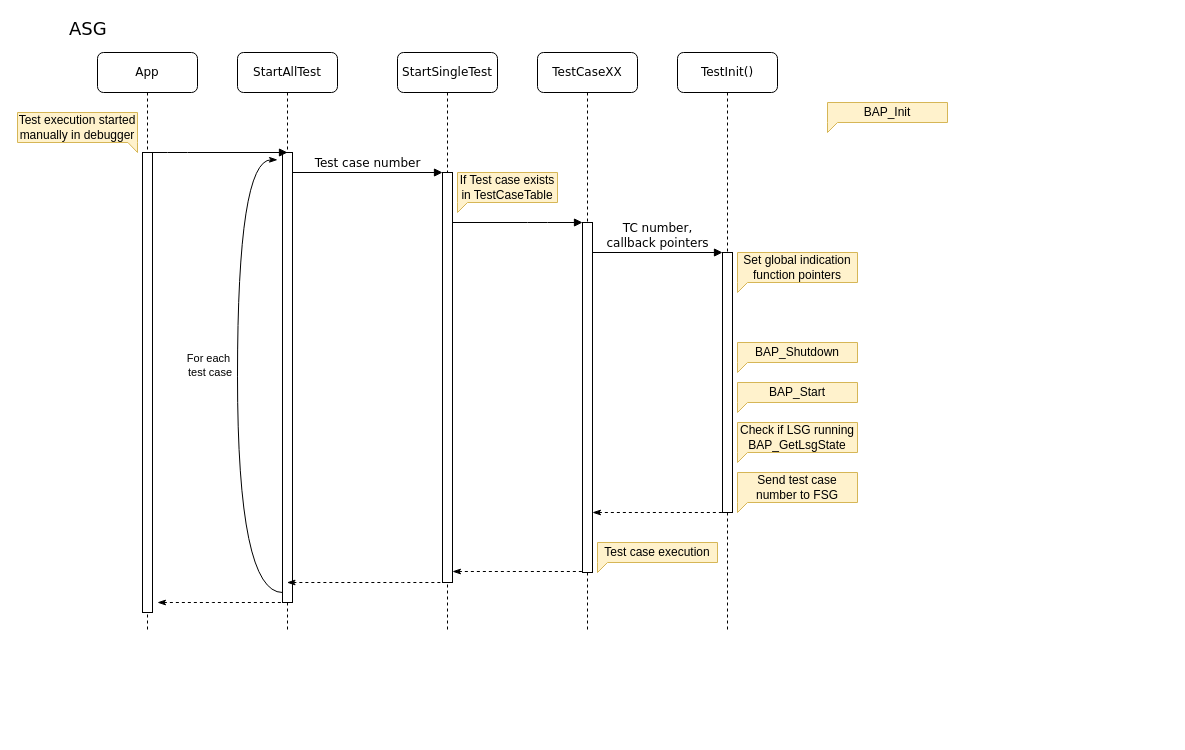
This is ticket204NewASG.drawio from danielroehrborn/flow-design-cheatsheet, a draw.io file, before an edit. Source tidied: cells renumbered, new cells numbered last; positions are measured from the earlier drawing's top-left corner, leaving out a move shared by most shapes. Both pictures are drawn from the tidied source at 100%, with x=0, y=0 at pixel (17, 17).
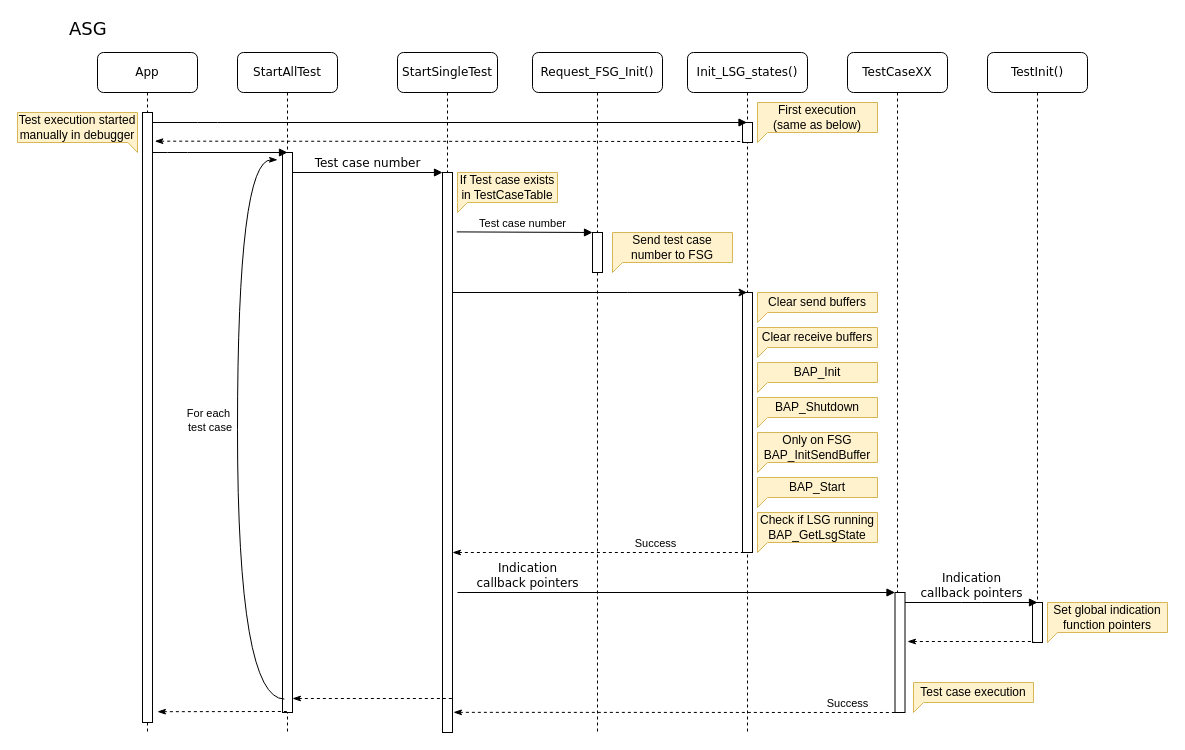
Above is the later version.

Diff of the diagram source:
```diff
@@
     <mxCell id="2" value="StartAllTest" style="shape=umlLifeline;perimeter=lifelinePerimeter;whiteSpace=wrap;html=1;outlineConnect=0;rounded=1;shadow=0;comic=0;labelBackgroundColor=none;strokeWidth=1;fontFamily=Verdana;fontSize=12;align=center;" parent="1" vertex="1">
-      <mxGeometry x="220" y="35" width="100" height="580" as="geometry" />
+      <mxGeometry x="220" y="35" width="100" height="680" as="geometry" />
     </mxCell>
     <mxCell id="3" style="html=1;points=[];perimeter=orthogonalPerimeter;rounded=0;shadow=0;comic=0;labelBackgroundColor=none;strokeWidth=1;fontFamily=Verdana;fontSize=12;align=center;" parent="2" vertex="1">
-      <mxGeometry x="45" y="100" width="10" height="450" as="geometry" />
+      <mxGeometry x="45" y="100" width="10" height="560" as="geometry" />
     </mxCell>
@@
     <mxCell id="5" value="StartSingleTest" style="shape=umlLifeline;perimeter=lifelinePerimeter;whiteSpace=wrap;html=1;rounded=1;shadow=0;comic=0;labelBackgroundColor=none;strokeWidth=1;fontFamily=Verdana;fontSize=12;align=center;" parent="1" vertex="1">
-      <mxGeometry x="380" y="35" width="100" height="580" as="geometry" />
+      <mxGeometry x="380" y="35" width="100" height="680" as="geometry" />
     </mxCell>
     <mxCell id="6" style="html=1;points=[];perimeter=orthogonalPerimeter;rounded=0;shadow=0;comic=0;labelBackgroundColor=none;strokeWidth=1;fontFamily=Verdana;fontSize=12;align=center;" parent="5" vertex="1">
-      <mxGeometry x="45" y="120" width="10" height="410" as="geometry" />
+      <mxGeometry x="45" y="120" width="10" height="560" as="geometry" />
     </mxCell>
-    <mxCell id="7" value="TestCaseXX" style="shape=umlLifeline;perimeter=lifelinePerimeter;whiteSpace=wrap;html=1;rounded=1;shadow=0;comic=0;labelBackgroundColor=none;strokeWidth=1;fontFamily=Verdana;fontSize=12;align=center;" parent="1" vertex="1">
-      <mxGeometry x="520" y="35" width="100" height="580" as="geometry" />
+    <mxCell id="7" value="TestCaseXX" style="shape=umlLifeline;perimeter=lifelinePerimeter;whiteSpace=wrap;html=1;rounded=1;shadow=0;comic=0;labelBackgroundColor=none;strokeWidth=1;fontFamily=Verdana;fontSize=12;align=center;size=40;" parent="1" vertex="1">
+      <mxGeometry x="830" y="35" width="100" height="580" as="geometry" />
     </mxCell>
-    <mxCell id="8" value="TestInit()" style="shape=umlLifeline;perimeter=lifelinePerimeter;whiteSpace=wrap;html=1;outlineConnect=0;rounded=1;shadow=0;comic=0;labelBackgroundColor=none;strokeWidth=1;fontFamily=Verdana;fontSize=12;align=center;" parent="1" vertex="1">
-      <mxGeometry x="660" y="35" width="100" height="580" as="geometry" />
+    <mxCell id="8" value="Init_LSG_states()" style="shape=umlLifeline;perimeter=lifelinePerimeter;whiteSpace=wrap;html=1;outlineConnect=0;rounded=1;shadow=0;comic=0;labelBackgroundColor=none;strokeWidth=1;fontFamily=Verdana;fontSize=12;align=center;" parent="1" vertex="1">
+      <mxGeometry x="670" y="35" width="120" height="680" as="geometry" />
     </mxCell>
+    <mxCell id="33" style="html=1;perimeter=orthogonalPerimeter;rounded=0;shadow=0;comic=0;labelBackgroundColor=none;strokeWidth=1;fontFamily=Verdana;fontSize=12;align=center;" parent="8" vertex="1">
+      <mxGeometry x="55" y="240" width="10" height="260" as="geometry" />
+    </mxCell>
+    <mxCell id="34" style="html=1;points=[];perimeter=orthogonalPerimeter;rounded=0;shadow=0;comic=0;labelBackgroundColor=none;strokeWidth=1;fontFamily=Verdana;fontSize=12;align=center;" parent="8" vertex="1">
+      <mxGeometry x="55" y="70" width="10" height="20" as="geometry" />
+    </mxCell>
     <mxCell id="9" value="App" style="shape=umlLifeline;perimeter=lifelinePerimeter;whiteSpace=wrap;html=1;rounded=1;shadow=0;comic=0;labelBackgroundColor=none;strokeWidth=1;fontFamily=Verdana;fontSize=12;align=center;" parent="1" vertex="1">
-      <mxGeometry x="80" y="35" width="100" height="580" as="geometry" />
+      <mxGeometry x="80" y="35" width="100" height="680" as="geometry" />
     </mxCell>
     <mxCell id="10" style="html=1;points=[];perimeter=orthogonalPerimeter;rounded=0;shadow=0;comic=0;labelBackgroundColor=none;strokeWidth=1;fontFamily=Verdana;fontSize=12;align=center;" parent="9" vertex="1">
-      <mxGeometry x="45" y="100" width="10" height="460" as="geometry" />
+      <mxGeometry x="45" y="60" width="10" height="610" as="geometry" />
     </mxCell>
-    <mxCell id="11" style="html=1;points=[];perimeter=orthogonalPerimeter;rounded=0;shadow=0;comic=0;labelBackgroundColor=none;strokeWidth=1;fontFamily=Verdana;fontSize=12;align=center;" parent="1" vertex="1">
-      <mxGeometry x="565" y="205" width="10" height="350" as="geometry" />
-    </mxCell>
-    <mxCell id="12" style="html=1;verticalAlign=bottom;endArrow=block;labelBackgroundColor=none;fontFamily=Verdana;fontSize=12;edgeStyle=elbowEdgeStyle;elbow=vertical;" parent="1" edge="1" source="6" target="11">
-      <mxGeometry relative="1" as="geometry">
-        <Array as="points">
-          <mxPoint x="520" y="205" />
-          <mxPoint x="520" y="215" />
-          <mxPoint x="500" y="225" />
-          <mxPoint x="440" y="175" />
-        </Array>
-      </mxGeometry>
-    </mxCell>
     <mxCell id="13" style="html=1;points=[];perimeter=orthogonalPerimeter;rounded=0;shadow=0;comic=0;labelBackgroundColor=none;strokeWidth=1;fontFamily=Verdana;fontSize=12;align=center;" parent="1" vertex="1">
-      <mxGeometry x="705" y="235" width="10" height="260" as="geometry" />
+      <mxGeometry x="877.5" y="575" width="10" height="120" as="geometry" />
     </mxCell>
-    <mxCell id="14" value="TC number, &lt;br&gt;callback pointers" style="html=1;verticalAlign=bottom;endArrow=block;entryX=0;entryY=0;labelBackgroundColor=none;fontFamily=Verdana;fontSize=12;edgeStyle=elbowEdgeStyle;elbow=vertical;" parent="1" edge="1" target="13">
-      <mxGeometry relative="1" as="geometry">
-        <mxPoint x="575" y="235" as="sourcePoint" />
+    <mxCell id="14" value="Indication &lt;br&gt;callback pointers" style="html=1;verticalAlign=bottom;endArrow=block;entryX=0;entryY=0;labelBackgroundColor=none;fontFamily=Verdana;fontSize=12;edgeStyle=elbowEdgeStyle;elbow=vertical;" parent="1" edge="1" target="13">
+      <mxGeometry x="-0.68" relative="1" as="geometry">
+        <mxPoint x="440" y="575" as="sourcePoint" />
       </mxGeometry>
     </mxCell>
@@
     <mxCell id="20" value="Set global indication function pointers" style="shape=callout;whiteSpace=wrap;html=1;perimeter=calloutPerimeter;fillColor=#fff2cc;position2=0;base=10;size=10;position=0;strokeColor=#d6b656;" parent="1" vertex="1">
-      <mxGeometry x="720" y="235" width="120" height="40" as="geometry" />
+      <mxGeometry x="1030" y="585" width="120" height="40" as="geometry" />
     </mxCell>
     <mxCell id="21" value="BAP_Init" style="shape=callout;whiteSpace=wrap;html=1;perimeter=calloutPerimeter;fillColor=#fff2cc;position2=0;base=10;size=10;position=0;strokeColor=#d6b656;" parent="1" vertex="1">
-      <mxGeometry x="810" y="85" width="120" height="30" as="geometry" />
+      <mxGeometry x="740" y="345" width="120" height="30" as="geometry" />
     </mxCell>
     <mxCell id="22" value="BAP_Shutdown" style="shape=callout;whiteSpace=wrap;html=1;perimeter=calloutPerimeter;fillColor=#fff2cc;position2=0;base=10;size=10;position=0;strokeColor=#d6b656;" parent="1" vertex="1">
-      <mxGeometry x="720" y="325" width="120" height="30" as="geometry" />
+      <mxGeometry x="740" y="380" width="120" height="30" as="geometry" />
     </mxCell>
     <mxCell id="23" value="BAP_Start" style="shape=callout;whiteSpace=wrap;html=1;perimeter=calloutPerimeter;fillColor=#fff2cc;position2=0;base=10;size=10;position=0;strokeColor=#d6b656;" parent="1" vertex="1">
-      <mxGeometry x="720" y="365" width="120" height="30" as="geometry" />
+      <mxGeometry x="740" y="460" width="120" height="30" as="geometry" />
     </mxCell>
     <mxCell id="24" value="Check if LSG running&lt;br&gt;BAP_GetLsgState" style="shape=callout;whiteSpace=wrap;html=1;perimeter=calloutPerimeter;fillColor=#fff2cc;position2=0;base=10;size=10;position=0;strokeColor=#d6b656;" parent="1" vertex="1">
-      <mxGeometry x="720" y="405" width="120" height="40" as="geometry" />
+      <mxGeometry x="740" y="495" width="120" height="40" as="geometry" />
     </mxCell>
-    <mxCell id="25" value="Send test case number to FSG" style="shape=callout;whiteSpace=wrap;html=1;perimeter=calloutPerimeter;fillColor=#fff2cc;position2=0;base=10;size=10;position=0;strokeColor=#d6b656;" parent="1" vertex="1">
-      <mxGeometry x="720" y="455" width="120" height="40" as="geometry" />
-    </mxCell>
-    <mxCell id="26" style="html=1;verticalAlign=bottom;endArrow=none;entryX=0;entryY=0;labelBackgroundColor=none;fontFamily=Verdana;fontSize=12;edgeStyle=elbowEdgeStyle;elbow=vertical;endFill=0;startArrow=classicThin;startFill=1;dashed=1;" parent="1" edge="1">
+    <mxCell id="26" style="html=1;verticalAlign=bottom;endArrow=none;entryX=0;entryY=0;labelBackgroundColor=none;fontFamily=Verdana;fontSize=12;edgeStyle=elbowEdgeStyle;elbow=vertical;endFill=0;startArrow=classicThin;startFill=1;dashed=1;exitX=1.1;exitY=0.964;exitDx=0;exitDy=0;exitPerimeter=0;" parent="1" edge="1" source="6">
       <mxGeometry relative="1" as="geometry">
-        <mxPoint x="575" y="495" as="sourcePoint" />
-        <mxPoint x="705" y="495" as="targetPoint" />
+        <mxPoint x="877.5" y="695" as="targetPoint" />
       </mxGeometry>
     </mxCell>
+    <mxCell id="35" value="Success" style="edgeLabel;html=1;align=center;verticalAlign=middle;" parent="26" vertex="1">
+      <mxGeometry x="-0.13" y="-2" relative="1" as="geometry">
+        <mxPoint x="202" y="-12" as="offset" />
+      </mxGeometry>
+    </mxCell>
     <mxCell id="27" value="Test case execution" style="shape=callout;whiteSpace=wrap;html=1;perimeter=calloutPerimeter;fillColor=#fff2cc;position2=0;base=10;size=10;position=0;strokeColor=#d6b656;" parent="1" vertex="1">
-      <mxGeometry x="580" y="525" width="120" height="30" as="geometry" />
+      <mxGeometry x="896" y="665" width="120" height="30" as="geometry" />
     </mxCell>
-    <mxCell id="28" style="html=1;verticalAlign=bottom;endArrow=none;entryX=0;entryY=0;labelBackgroundColor=none;fontFamily=Verdana;fontSize=12;edgeStyle=elbowEdgeStyle;elbow=vertical;endFill=0;startArrow=classicThin;startFill=1;dashed=1;" parent="1" edge="1">
+    <mxCell id="28" style="html=1;verticalAlign=bottom;endArrow=none;labelBackgroundColor=none;fontFamily=Verdana;fontSize=12;edgeStyle=elbowEdgeStyle;elbow=vertical;endFill=0;startArrow=classicThin;startFill=1;dashed=1;jumpStyle=none;" parent="1" edge="1" target="8">
       <mxGeometry relative="1" as="geometry">
-        <mxPoint x="435" y="554" as="sourcePoint" />
-        <mxPoint x="565" y="554" as="targetPoint" />
+        <mxPoint x="435" y="535" as="sourcePoint" />
+        <Array as="points">
+          <mxPoint x="650" y="535" />
+        </Array>
       </mxGeometry>
     </mxCell>
+    <mxCell id="36" value="Success" style="edgeLabel;html=1;align=center;verticalAlign=middle;" parent="28" vertex="1">
+      <mxGeometry x="0.37" y="-3" relative="1" as="geometry">
+        <mxPoint y="-13" as="offset" />
+      </mxGeometry>
+    </mxCell>
-    <mxCell id="29" style="html=1;verticalAlign=bottom;endArrow=none;entryX=0;entryY=0;labelBackgroundColor=none;fontFamily=Verdana;fontSize=12;edgeStyle=elbowEdgeStyle;elbow=vertical;endFill=0;startArrow=classicThin;startFill=1;dashed=1;" parent="1" edge="1" source="2">
+    <mxCell id="29" style="html=1;verticalAlign=bottom;endArrow=none;labelBackgroundColor=none;fontFamily=Verdana;fontSize=12;edgeStyle=elbowEdgeStyle;elbow=vertical;endFill=0;startArrow=classicThin;startFill=1;dashed=1;entryX=1.033;entryY=0.939;entryDx=0;entryDy=0;entryPerimeter=0;" parent="1" edge="1" source="3" target="6">
       <mxGeometry relative="1" as="geometry">
-        <mxPoint x="430" y="565" as="targetPoint" />
+        <Array as="points">
+          <mxPoint x="390" y="681" />
+          <mxPoint x="360" y="675" />
+        </Array>
       </mxGeometry>
     </mxCell>
-    <mxCell id="30" style="edgeStyle=orthogonalEdgeStyle;curved=1;jettySize=auto;html=1;startArrow=none;startFill=0;endArrow=classicThin;endFill=1;" parent="1" edge="1" source="3">
+    <mxCell id="30" style="edgeStyle=orthogonalEdgeStyle;curved=1;jettySize=auto;html=1;startArrow=none;startFill=0;endArrow=classicThin;endFill=1;exitX=0.189;exitY=0.976;exitDx=0;exitDy=0;exitPerimeter=0;" parent="1" edge="1" source="3">
       <mxGeometry relative="1" as="geometry">
         <mxPoint x="260" y="142.3" as="targetPoint" />
         <Array as="points">
-          <mxPoint x="220" y="575" />
+          <mxPoint x="220" y="682" />
           <mxPoint x="220" y="142" />
         </Array>
       </mxGeometry>
     </mxCell>
@@
     <mxCell id="32" style="html=1;verticalAlign=bottom;endArrow=none;entryX=0;entryY=0;labelBackgroundColor=none;fontFamily=Verdana;fontSize=12;edgeStyle=elbowEdgeStyle;elbow=vertical;endFill=0;startArrow=classicThin;startFill=1;dashed=1;" parent="1" edge="1">
       <mxGeometry relative="1" as="geometry">
-        <mxPoint x="140" y="585" as="sourcePoint" />
-        <mxPoint x="270.5" y="585" as="targetPoint" />
+        <mxPoint x="140" y="694.2" as="sourcePoint" />
+        <mxPoint x="270.5" y="694.2" as="targetPoint" />
       </mxGeometry>
     </mxCell>
+    <mxCell id="37" value="Request_FSG_Init()" style="shape=umlLifeline;perimeter=lifelinePerimeter;whiteSpace=wrap;html=1;rounded=1;shadow=0;comic=0;labelBackgroundColor=none;strokeWidth=1;fontFamily=Verdana;fontSize=12;align=center;" parent="1" vertex="1">
+      <mxGeometry x="515" y="35" width="130" height="680" as="geometry" />
+    </mxCell>
+    <mxCell id="38" style="html=1;perimeter=orthogonalPerimeter;rounded=0;shadow=0;comic=0;labelBackgroundColor=none;strokeWidth=1;fontFamily=Verdana;fontSize=12;align=center;" parent="37" vertex="1">
+      <mxGeometry x="60" y="180" width="10" height="40" as="geometry" />
+    </mxCell>
+    <mxCell id="39" value="TestInit()" style="shape=umlLifeline;perimeter=lifelinePerimeter;whiteSpace=wrap;html=1;rounded=1;shadow=0;comic=0;labelBackgroundColor=none;strokeWidth=1;fontFamily=Verdana;fontSize=12;align=center;" parent="1" vertex="1">
+      <mxGeometry x="970" y="35" width="100" height="590" as="geometry" />
+    </mxCell>
+    <mxCell id="40" style="html=1;points=[];perimeter=orthogonalPerimeter;rounded=0;shadow=0;comic=0;labelBackgroundColor=none;strokeWidth=1;fontFamily=Verdana;fontSize=12;align=center;" parent="39" vertex="1">
+      <mxGeometry x="45" y="550" width="10" height="40" as="geometry" />
+    </mxCell>
+    <mxCell id="41" style="html=1;verticalAlign=bottom;endArrow=block;labelBackgroundColor=none;fontFamily=Verdana;fontSize=12;edgeStyle=elbowEdgeStyle;elbow=vertical;exitX=0.931;exitY=0.027;exitDx=0;exitDy=0;exitPerimeter=0;" parent="1" edge="1">
+      <mxGeometry relative="1" as="geometry">
+        <mxPoint x="439.3" y="214.4" as="sourcePoint" />
+        <mxPoint x="575" y="215" as="targetPoint" />
+        <Array as="points">
+          <mxPoint x="530" y="215" />
+          <mxPoint x="530" y="225" />
+          <mxPoint x="510" y="235" />
+          <mxPoint x="450" y="185" />
+        </Array>
+      </mxGeometry>
+    </mxCell>
+    <mxCell id="42" value="Test case number" style="edgeLabel;html=1;align=center;verticalAlign=middle;" parent="41" vertex="1">
+      <mxGeometry x="0.21" y="-3" relative="1" as="geometry">
+        <mxPoint x="-16" y="-13" as="offset" />
+      </mxGeometry>
+    </mxCell>
+    <mxCell id="25" value="Send test case number to FSG" style="shape=callout;whiteSpace=wrap;html=1;perimeter=calloutPerimeter;fillColor=#fff2cc;position2=0;base=10;size=10;position=0;strokeColor=#d6b656;" parent="1" vertex="1">
+      <mxGeometry x="595" y="215" width="120" height="40" as="geometry" />
+    </mxCell>
+    <mxCell id="43" value="Clear send buffers" style="shape=callout;whiteSpace=wrap;html=1;perimeter=calloutPerimeter;fillColor=#fff2cc;position2=0;base=10;size=10;position=0;strokeColor=#d6b656;" parent="1" vertex="1">
+      <mxGeometry x="740" y="275" width="120" height="30" as="geometry" />
+    </mxCell>
+    <mxCell id="44" value="Clear receive buffers" style="shape=callout;whiteSpace=wrap;html=1;perimeter=calloutPerimeter;fillColor=#fff2cc;position2=0;base=10;size=10;position=0;strokeColor=#d6b656;" parent="1" vertex="1">
+      <mxGeometry x="740" y="310" width="120" height="30" as="geometry" />
+    </mxCell>
+    <mxCell id="45" value="Only on FSG&lt;br&gt;BAP_InitSendBuffer" style="shape=callout;whiteSpace=wrap;html=1;perimeter=calloutPerimeter;fillColor=#fff2cc;position2=0;base=10;size=10;position=0;strokeColor=#d6b656;" parent="1" vertex="1">
+      <mxGeometry x="740" y="415" width="120" height="40" as="geometry" />
+    </mxCell>
+    <mxCell id="46" style="edgeStyle=orthogonalEdgeStyle;rounded=0;jettySize=auto;html=1;" parent="1" edge="1" source="6" target="8">
+      <mxGeometry relative="1" as="geometry">
+        <Array as="points">
+          <mxPoint x="610" y="275" />
+          <mxPoint x="610" y="275" />
+        </Array>
+      </mxGeometry>
+    </mxCell>
+    <mxCell id="47" value="Indication &lt;br&gt;callback pointers" style="html=1;verticalAlign=bottom;endArrow=block;labelBackgroundColor=none;fontFamily=Verdana;fontSize=12;edgeStyle=elbowEdgeStyle;elbow=vertical;entryX=0.5;entryY=0;entryDx=0;entryDy=0;entryPerimeter=0;" parent="1" edge="1" target="40">
+      <mxGeometry relative="1" as="geometry">
+        <mxPoint x="887.5" y="585" as="sourcePoint" />
+      </mxGeometry>
+    </mxCell>
+    <mxCell id="48" style="html=1;verticalAlign=bottom;endArrow=none;labelBackgroundColor=none;fontFamily=Verdana;fontSize=12;edgeStyle=elbowEdgeStyle;elbow=vertical;endFill=0;startArrow=classicThin;startFill=1;dashed=1;entryX=0.167;entryY=0.967;entryDx=0;entryDy=0;entryPerimeter=0;" parent="1" edge="1" target="40">
+      <mxGeometry relative="1" as="geometry">
+        <mxPoint x="890" y="624" as="sourcePoint" />
+      </mxGeometry>
+    </mxCell>
+    <mxCell id="49" style="html=1;verticalAlign=bottom;endArrow=block;labelBackgroundColor=none;fontFamily=Verdana;fontSize=12;edgeStyle=elbowEdgeStyle;elbow=vertical;" parent="1" edge="1" source="10" target="8">
+      <mxGeometry relative="1" as="geometry">
+        <Array as="points">
+          <mxPoint x="190" y="105" />
+          <mxPoint x="265" y="174.5" />
+        </Array>
+      </mxGeometry>
+    </mxCell>
+    <mxCell id="50" value="First execution&lt;br&gt;(same as below)" style="shape=callout;whiteSpace=wrap;html=1;perimeter=calloutPerimeter;fillColor=#fff2cc;position2=0;base=10;size=10;position=0;strokeColor=#d6b656;" parent="1" vertex="1">
+      <mxGeometry x="740" y="85" width="120" height="40" as="geometry" />
+    </mxCell>
+    <mxCell id="51" style="html=1;verticalAlign=bottom;endArrow=none;entryX=0.093;entryY=0.977;labelBackgroundColor=none;fontFamily=Verdana;fontSize=12;edgeStyle=elbowEdgeStyle;elbow=vertical;endFill=0;startArrow=classicThin;startFill=1;dashed=1;exitX=1.233;exitY=0.047;exitDx=0;exitDy=0;exitPerimeter=0;entryDx=0;entryDy=0;entryPerimeter=0;" parent="1" edge="1" source="10" target="34">
+      <mxGeometry relative="1" as="geometry" />
+    </mxCell>
```
